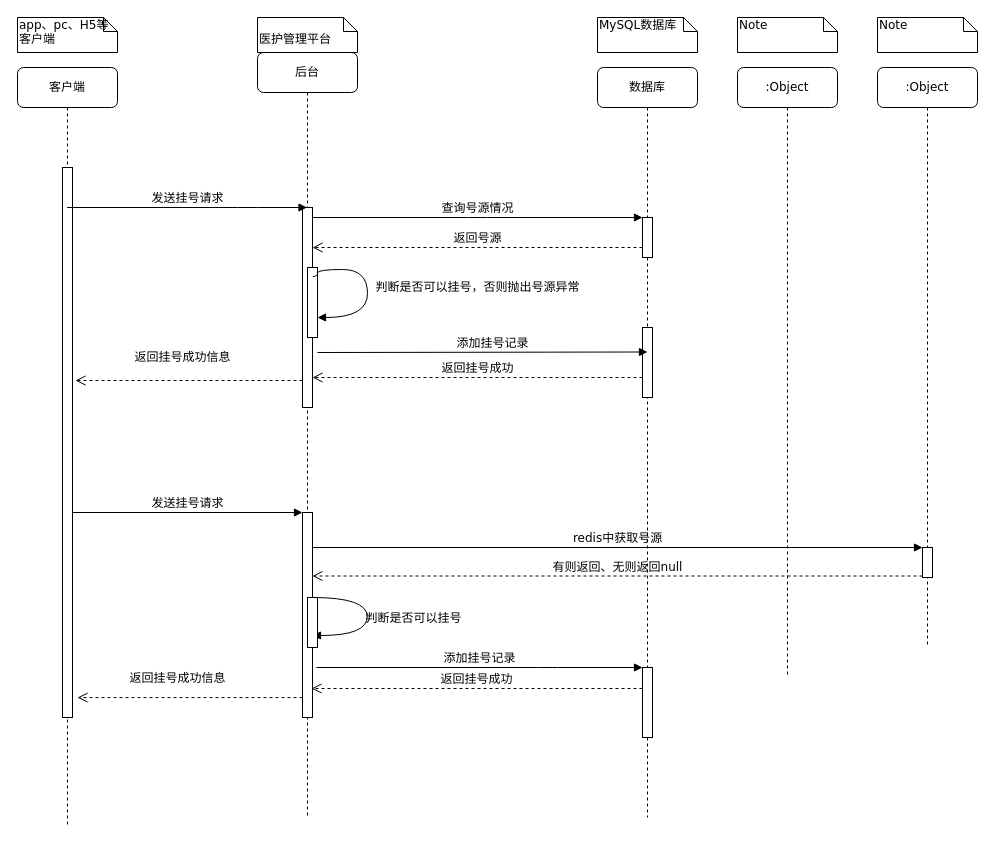
Earlier version of the draw.io diagram eladmin-system/Untitled Diagram.drawio (dotted-winner/eladmin). Source tidied: cells renumbered, new cells numbered last; positions are measured from the earlier drawing's top-left corner, leaving out a move shared by most shapes. Both pictures are drawn from the tidied source at 100%, with x=0, y=0 at pixel (17, 17).
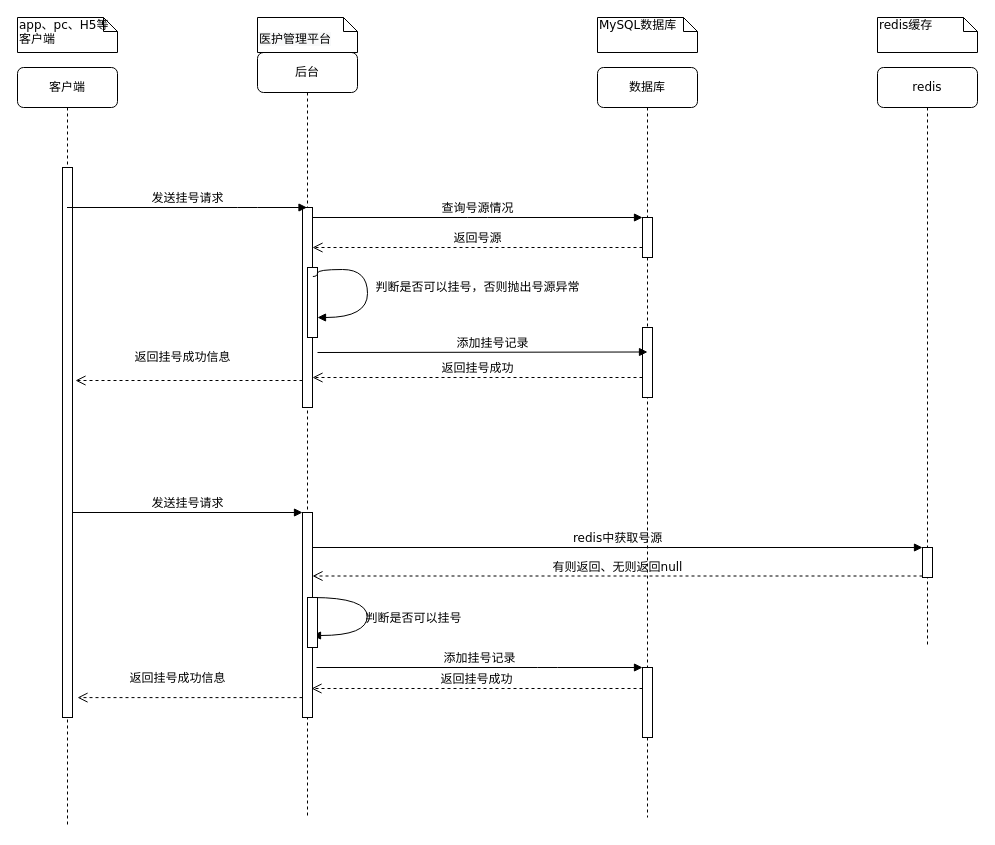
The same diagram, later.

What changed in the source:
```diff
@@
-    <mxCell id="7" value=":Object" style="shape=umlLifeline;perimeter=lifelinePerimeter;whiteSpace=wrap;html=1;rounded=1;shadow=0;comic=0;labelBackgroundColor=none;strokeWidth=1;fontFamily=Verdana;fontSize=12;align=center;" parent="1" vertex="1">
-      <mxGeometry x="720" y="50" width="100" height="610" as="geometry" />
-    </mxCell>
-    <mxCell id="8" value=":Object" style="shape=umlLifeline;perimeter=lifelinePerimeter;whiteSpace=wrap;html=1;rounded=1;shadow=0;comic=0;labelBackgroundColor=none;strokeWidth=1;fontFamily=Verdana;fontSize=12;align=center;" parent="1" vertex="1">
+    <mxCell id="8" value="redis" style="shape=umlLifeline;perimeter=lifelinePerimeter;whiteSpace=wrap;html=1;rounded=1;shadow=0;comic=0;labelBackgroundColor=none;strokeWidth=1;fontFamily=Verdana;fontSize=12;align=center;" parent="1" vertex="1">
       <mxGeometry x="860" y="50" width="100" height="580" as="geometry" />
     </mxCell>
@@
-    <mxCell id="28" value="Note" style="shape=note;whiteSpace=wrap;html=1;size=14;verticalAlign=top;align=left;spacingTop=-6;rounded=0;shadow=0;comic=0;labelBackgroundColor=none;strokeWidth=1;fontFamily=Verdana;fontSize=12;" parent="1" vertex="1">
-      <mxGeometry x="720" width="100" height="35" as="geometry" />
-    </mxCell>
-    <mxCell id="29" value="Note" style="shape=note;whiteSpace=wrap;html=1;size=14;verticalAlign=top;align=left;spacingTop=-6;rounded=0;shadow=0;comic=0;labelBackgroundColor=none;strokeWidth=1;fontFamily=Verdana;fontSize=12;" parent="1" vertex="1">
+    <mxCell id="29" value="redis缓存" style="shape=note;whiteSpace=wrap;html=1;size=14;verticalAlign=top;align=left;spacingTop=-6;rounded=0;shadow=0;comic=0;labelBackgroundColor=none;strokeWidth=1;fontFamily=Verdana;fontSize=12;" parent="1" vertex="1">
       <mxGeometry x="860" width="100" height="35" as="geometry" />
     </mxCell>
```
